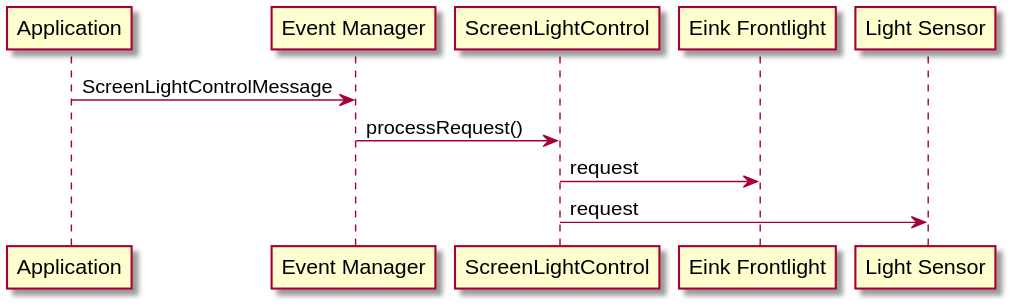
This is module-services/service-evtmgr/doc/light_control_message_flow.svg from mudita/MuditaOS, a PlantUML export, as it was before one commit.
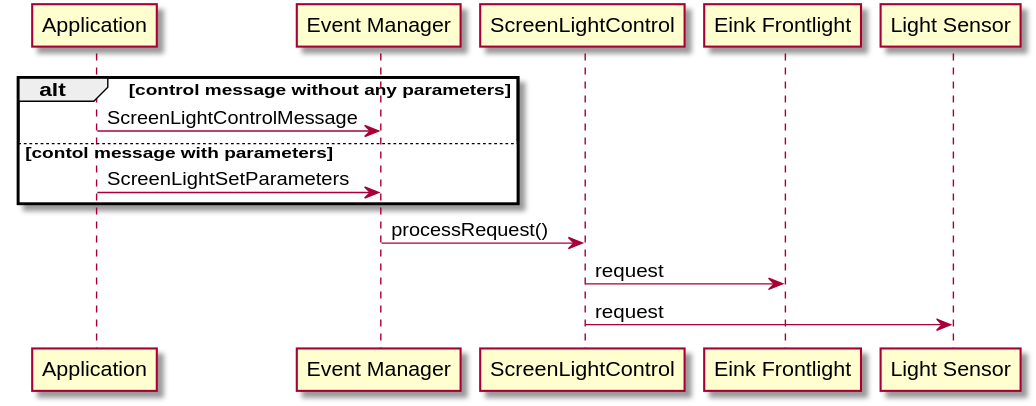
After the commit.

Diff of the diagram source:
```diff
@@ -1,5 +1,9 @@
 @startuml
+alt control message without any parameters
 Application -> "Event Manager" as evm : ScreenLightControlMessage
+else contol message with parameters
+Application -> "Event Manager" as evm : ScreenLightSetParameters
+end
 evm -> "ScreenLightControl" as slc: processRequest()
 slc -> "Eink Frontlight" : request
 slc -> "Light Sensor" : request
```
